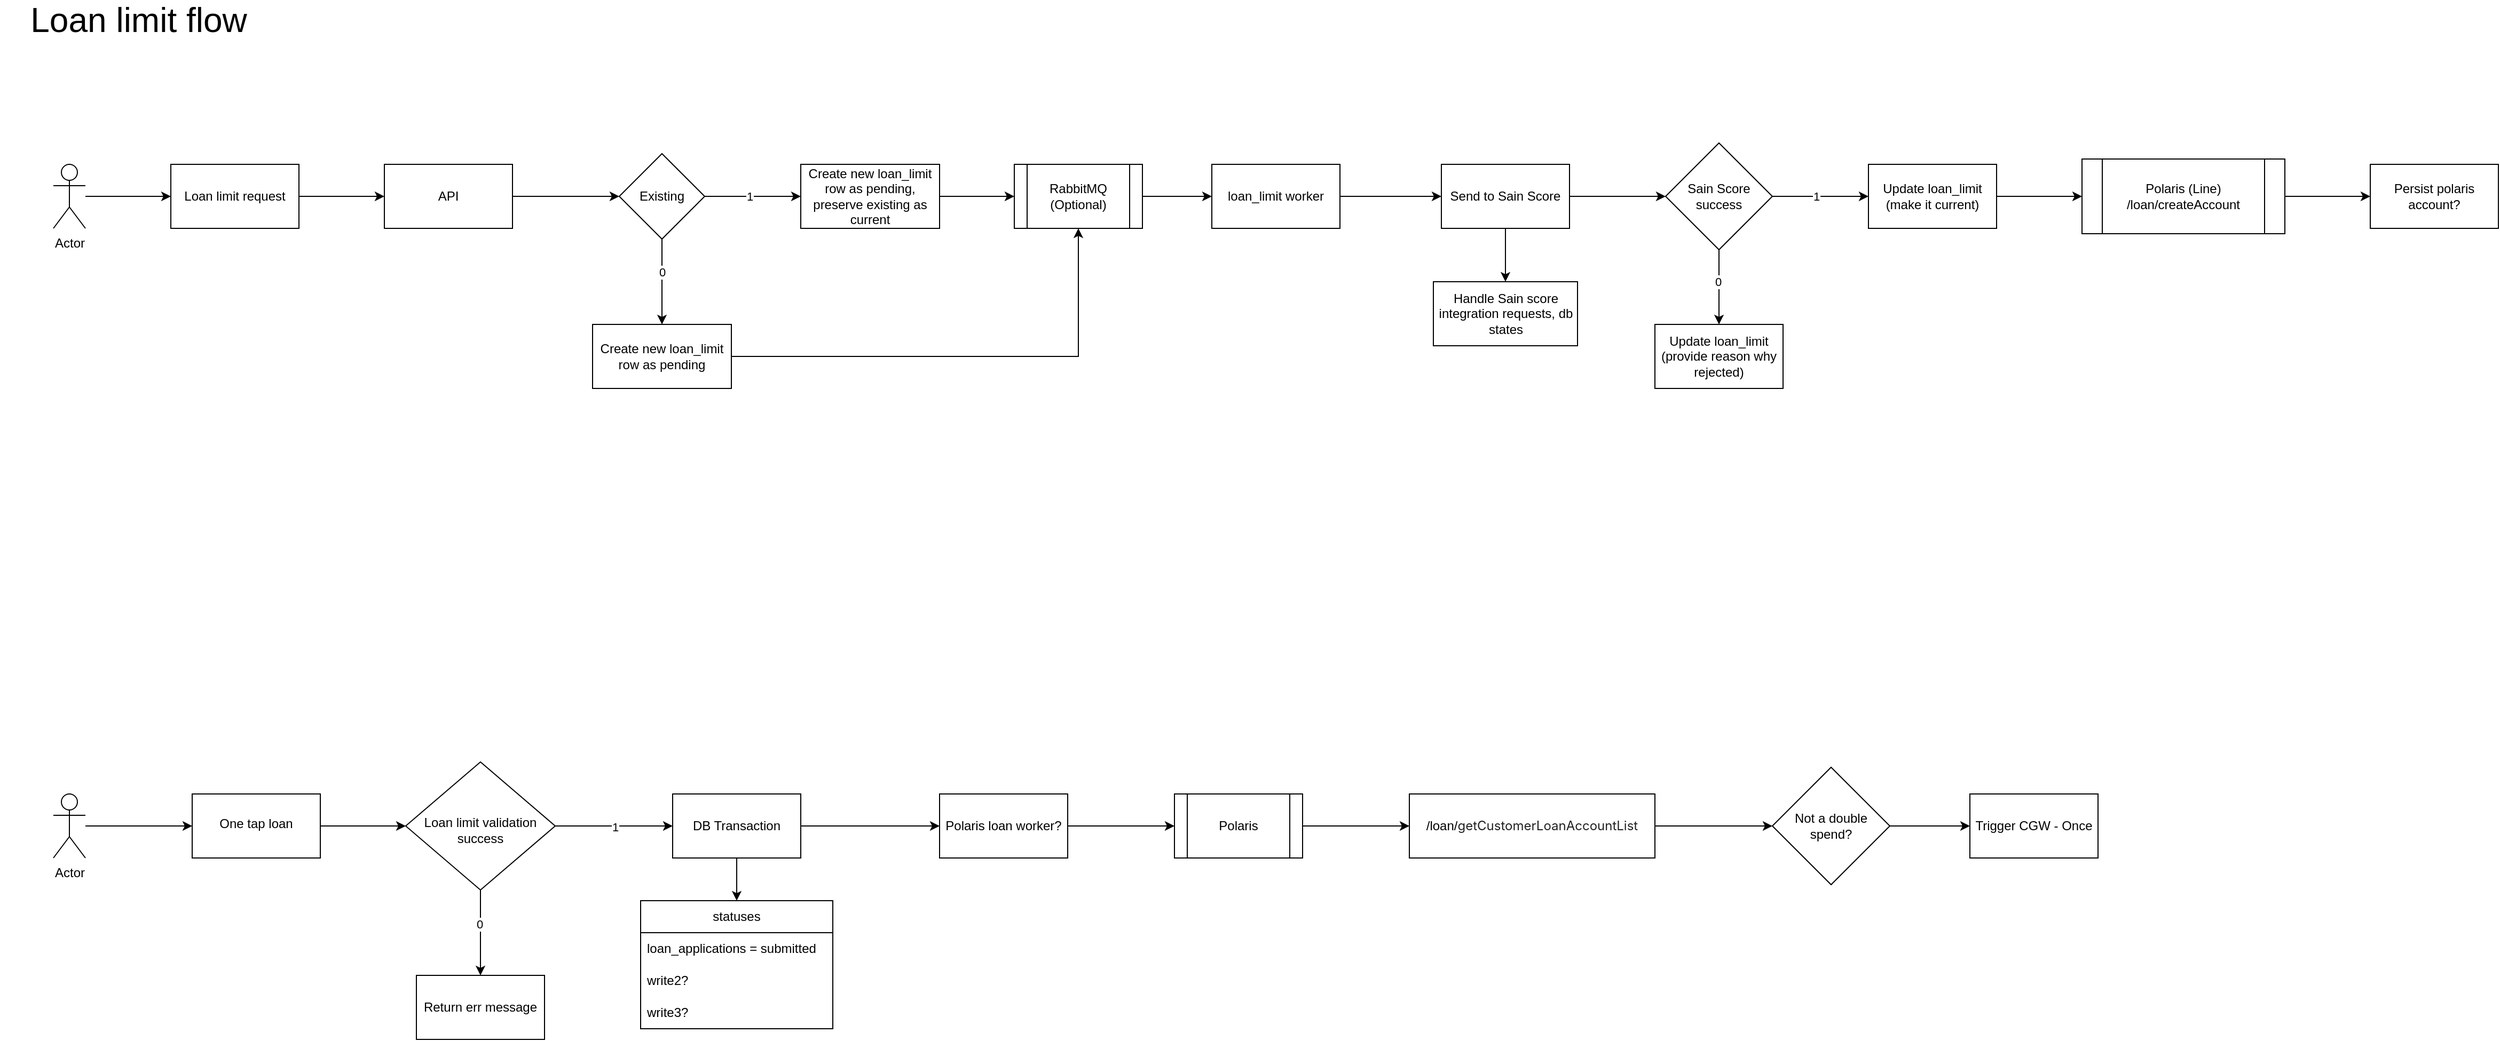
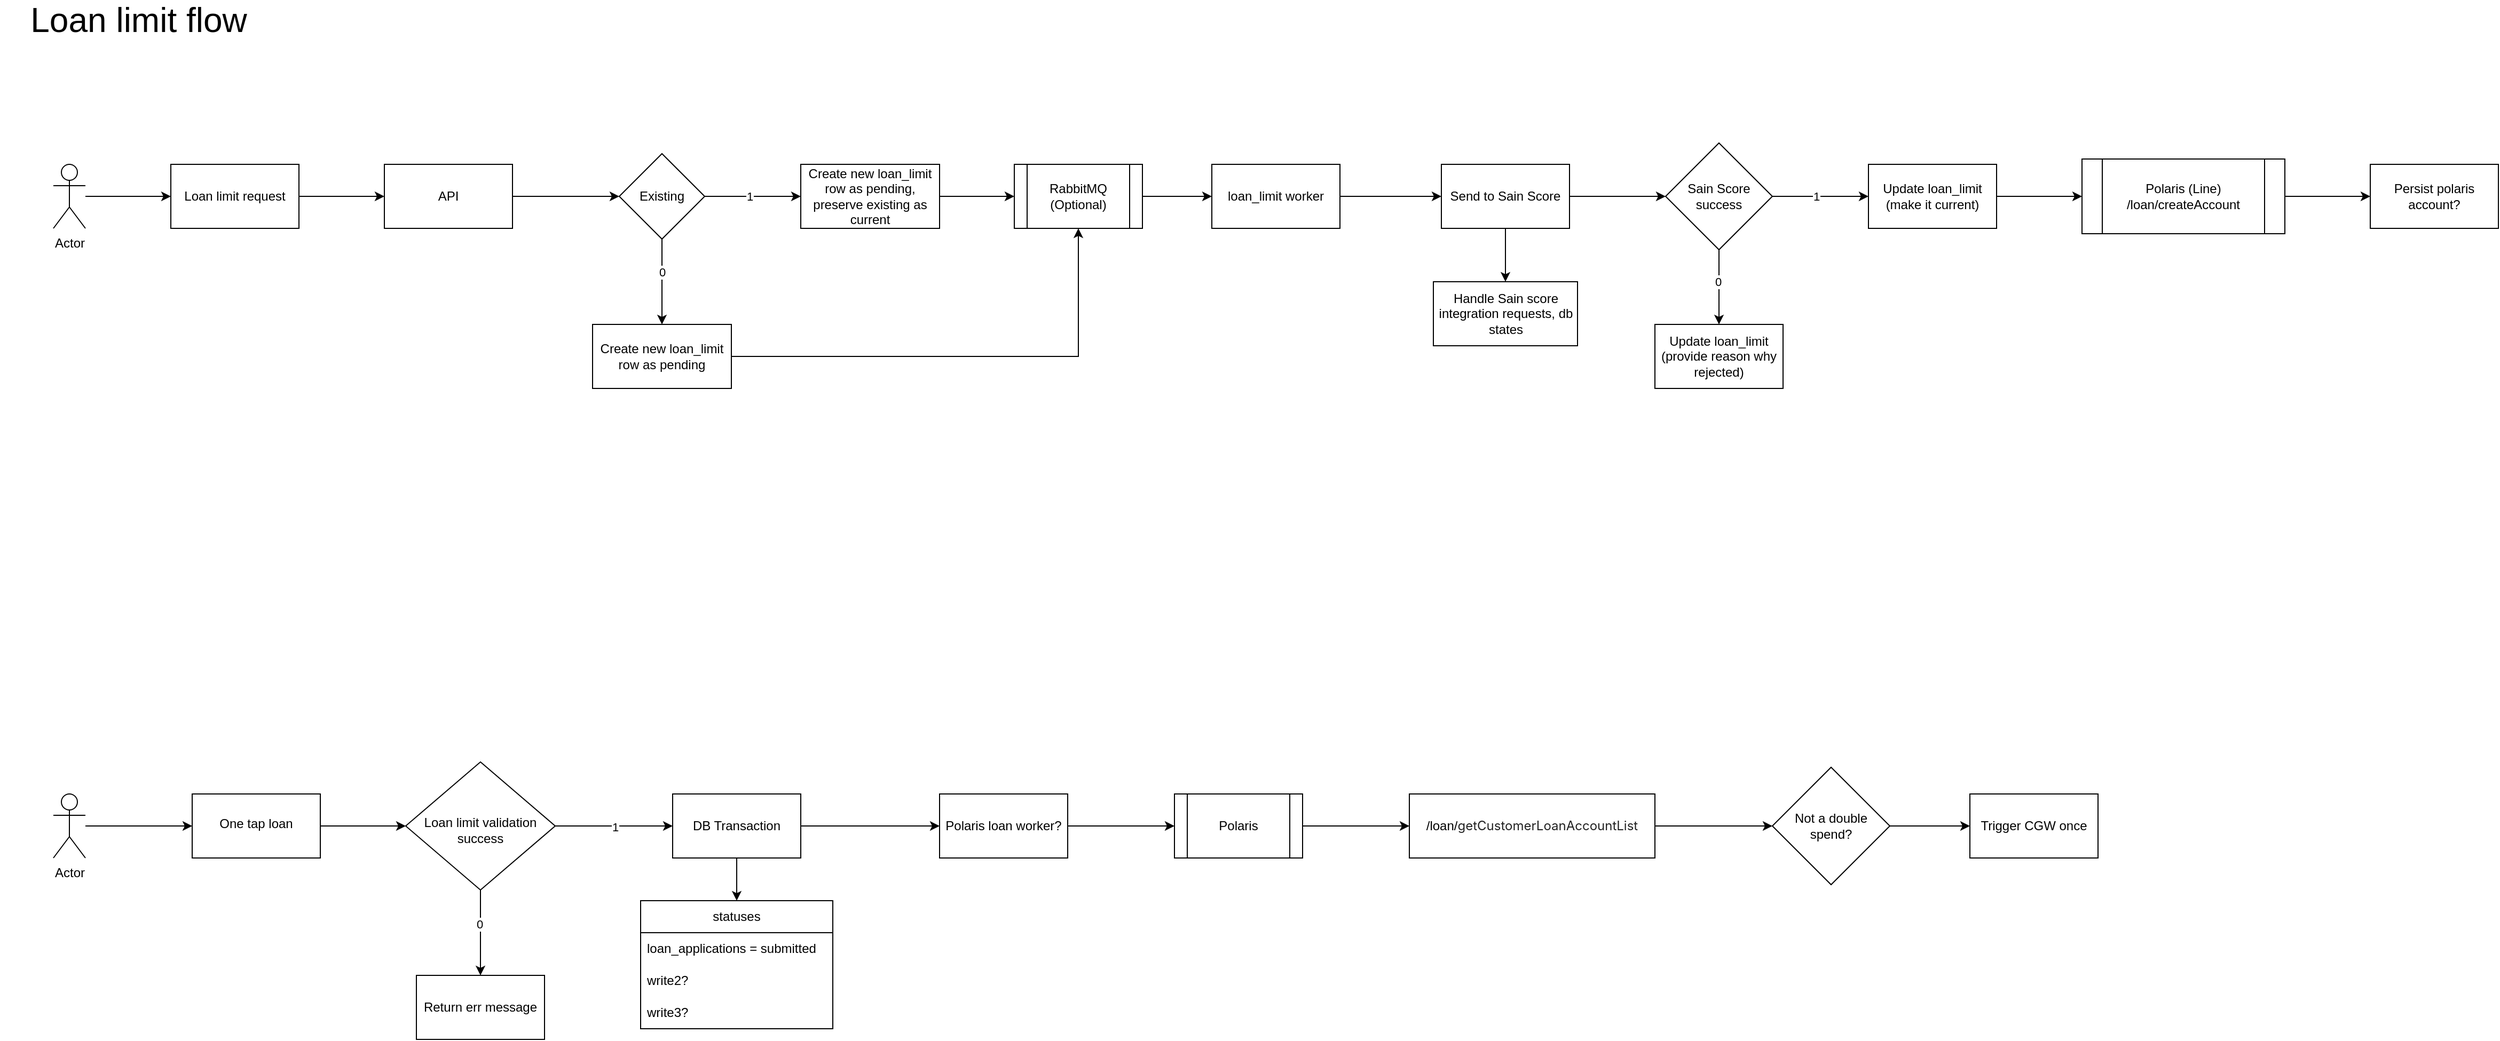
<mxfile host="app.diagrams.net">
  <diagram name="Page-1" id="VCBSuIh8bz7kurrQ0Zaz">
-     <mxGraphModel dx="1880" dy="602" grid="1" gridSize="10" guides="1" tooltips="1" connect="1" arrows="1" fold="1" page="1" pageScale="1" pageWidth="850" pageHeight="1100" math="0" shadow="0">
+     <mxGraphModel dx="3285" dy="1424" grid="1" gridSize="10" guides="1" tooltips="1" connect="1" arrows="1" fold="1" page="1" pageScale="1" pageWidth="850" pageHeight="1100" math="0" shadow="0">
      <root>
        <mxCell id="0" />
        <mxCell id="1" parent="0" />
        <mxCell id="KqixbsF9o6dLofBvsG9t-5" edge="1" parent="1" source="KqixbsF9o6dLofBvsG9t-1" style="edgeStyle=orthogonalEdgeStyle;rounded=0;orthogonalLoop=1;jettySize=auto;html=1;" target="KqixbsF9o6dLofBvsG9t-4" value="">
          <mxGeometry relative="1" as="geometry" />
        </mxCell>
        <mxCell id="KqixbsF9o6dLofBvsG9t-1" parent="1" style="rounded=0;whiteSpace=wrap;html=1;" value="Loan limit request" vertex="1">
          <mxGeometry height="60" width="120" x="150" y="210" as="geometry" />
        </mxCell>
        <mxCell id="KqixbsF9o6dLofBvsG9t-3" edge="1" parent="1" source="KqixbsF9o6dLofBvsG9t-2" style="edgeStyle=orthogonalEdgeStyle;rounded=0;orthogonalLoop=1;jettySize=auto;html=1;" target="KqixbsF9o6dLofBvsG9t-1" value="">
          <mxGeometry relative="1" as="geometry" />
        </mxCell>
        <mxCell id="KqixbsF9o6dLofBvsG9t-2" parent="1" style="shape=umlActor;verticalLabelPosition=bottom;verticalAlign=top;html=1;outlineConnect=0;" value="Actor" vertex="1">
          <mxGeometry height="60" width="30" x="40" y="210" as="geometry" />
        </mxCell>
        <mxCell id="KqixbsF9o6dLofBvsG9t-9" edge="1" parent="1" source="KqixbsF9o6dLofBvsG9t-4" style="edgeStyle=orthogonalEdgeStyle;rounded=0;orthogonalLoop=1;jettySize=auto;html=1;" target="KqixbsF9o6dLofBvsG9t-8" value="">
          <mxGeometry relative="1" as="geometry" />
        </mxCell>
        <mxCell id="KqixbsF9o6dLofBvsG9t-4" parent="1" style="rounded=0;whiteSpace=wrap;html=1;" value="API" vertex="1">
          <mxGeometry height="60" width="120" x="350" y="210" as="geometry" />
        </mxCell>
        <mxCell id="KqixbsF9o6dLofBvsG9t-11" edge="1" parent="1" source="KqixbsF9o6dLofBvsG9t-8" style="edgeStyle=orthogonalEdgeStyle;rounded=0;orthogonalLoop=1;jettySize=auto;html=1;" target="KqixbsF9o6dLofBvsG9t-10" value="">
          <mxGeometry relative="1" as="geometry" />
        </mxCell>
        <mxCell id="KqixbsF9o6dLofBvsG9t-12" connectable="0" parent="KqixbsF9o6dLofBvsG9t-11" style="edgeLabel;html=1;align=center;verticalAlign=middle;resizable=0;points=[];" value="1" vertex="1">
          <mxGeometry relative="1" x="-0.079" as="geometry">
            <mxPoint as="offset" />
          </mxGeometry>
        </mxCell>
        <mxCell id="KqixbsF9o6dLofBvsG9t-14" edge="1" parent="1" source="KqixbsF9o6dLofBvsG9t-8" style="edgeStyle=orthogonalEdgeStyle;rounded=0;orthogonalLoop=1;jettySize=auto;html=1;" target="KqixbsF9o6dLofBvsG9t-13" value="">
          <mxGeometry relative="1" as="geometry" />
        </mxCell>
        <mxCell id="KqixbsF9o6dLofBvsG9t-15" connectable="0" parent="KqixbsF9o6dLofBvsG9t-14" style="edgeLabel;html=1;align=center;verticalAlign=middle;resizable=0;points=[];" value="0" vertex="1">
          <mxGeometry relative="1" x="-0.2407" as="geometry">
            <mxPoint as="offset" />
          </mxGeometry>
        </mxCell>
        <mxCell id="KqixbsF9o6dLofBvsG9t-8" parent="1" style="rhombus;whiteSpace=wrap;html=1;rounded=0;" value="Existing" vertex="1">
          <mxGeometry height="80" width="80" x="570" y="200" as="geometry" />
        </mxCell>
        <mxCell id="KqixbsF9o6dLofBvsG9t-23" edge="1" parent="1" source="KqixbsF9o6dLofBvsG9t-10" style="edgeStyle=orthogonalEdgeStyle;rounded=0;orthogonalLoop=1;jettySize=auto;html=1;" target="KqixbsF9o6dLofBvsG9t-22" value="">
          <mxGeometry relative="1" as="geometry" />
        </mxCell>
        <mxCell id="KqixbsF9o6dLofBvsG9t-10" parent="1" style="whiteSpace=wrap;html=1;rounded=0;" value="Create new loan_limit row as pending, preserve existing as current" vertex="1">
          <mxGeometry height="60" width="130" x="740" y="210" as="geometry" />
        </mxCell>
        <mxCell id="KqixbsF9o6dLofBvsG9t-26" edge="1" parent="1" source="KqixbsF9o6dLofBvsG9t-13" style="edgeStyle=orthogonalEdgeStyle;rounded=0;orthogonalLoop=1;jettySize=auto;html=1;entryX=0.5;entryY=1;entryDx=0;entryDy=0;" target="KqixbsF9o6dLofBvsG9t-22">
          <mxGeometry relative="1" as="geometry" />
        </mxCell>
        <mxCell id="KqixbsF9o6dLofBvsG9t-13" parent="1" style="whiteSpace=wrap;html=1;rounded=0;" value="Create new loan_limit row as pending" vertex="1">
          <mxGeometry height="60" width="130" x="545" y="360" as="geometry" />
        </mxCell>
        <mxCell id="KqixbsF9o6dLofBvsG9t-25" edge="1" parent="1" source="KqixbsF9o6dLofBvsG9t-22" style="edgeStyle=orthogonalEdgeStyle;rounded=0;orthogonalLoop=1;jettySize=auto;html=1;" target="KqixbsF9o6dLofBvsG9t-24" value="">
          <mxGeometry relative="1" as="geometry" />
        </mxCell>
        <mxCell id="KqixbsF9o6dLofBvsG9t-22" parent="1" style="shape=process;whiteSpace=wrap;html=1;backgroundOutline=1;rounded=0;" value="RabbitMQ (Optional)" vertex="1">
          <mxGeometry height="60" width="120" x="940" y="210" as="geometry" />
        </mxCell>
        <mxCell id="KqixbsF9o6dLofBvsG9t-28" edge="1" parent="1" source="KqixbsF9o6dLofBvsG9t-24" style="edgeStyle=orthogonalEdgeStyle;rounded=0;orthogonalLoop=1;jettySize=auto;html=1;" target="KqixbsF9o6dLofBvsG9t-27" value="">
          <mxGeometry relative="1" as="geometry" />
        </mxCell>
        <mxCell id="KqixbsF9o6dLofBvsG9t-24" parent="1" style="whiteSpace=wrap;html=1;rounded=0;" value="loan_limit worker" vertex="1">
          <mxGeometry height="60" width="120" x="1125" y="210" as="geometry" />
        </mxCell>
        <mxCell id="KqixbsF9o6dLofBvsG9t-30" edge="1" parent="1" source="KqixbsF9o6dLofBvsG9t-27" style="edgeStyle=orthogonalEdgeStyle;rounded=0;orthogonalLoop=1;jettySize=auto;html=1;" target="KqixbsF9o6dLofBvsG9t-29" value="">
          <mxGeometry relative="1" as="geometry" />
        </mxCell>
        <mxCell id="KqixbsF9o6dLofBvsG9t-38" edge="1" parent="1" source="KqixbsF9o6dLofBvsG9t-27" style="edgeStyle=orthogonalEdgeStyle;rounded=0;orthogonalLoop=1;jettySize=auto;html=1;" target="KqixbsF9o6dLofBvsG9t-37" value="">
          <mxGeometry relative="1" as="geometry" />
        </mxCell>
        <mxCell id="KqixbsF9o6dLofBvsG9t-27" parent="1" style="whiteSpace=wrap;html=1;rounded=0;" value="Send to Sain Score" vertex="1">
          <mxGeometry height="60" width="120" x="1340" y="210" as="geometry" />
        </mxCell>
        <mxCell id="KqixbsF9o6dLofBvsG9t-32" edge="1" parent="1" source="KqixbsF9o6dLofBvsG9t-29" style="edgeStyle=orthogonalEdgeStyle;rounded=0;orthogonalLoop=1;jettySize=auto;html=1;" target="KqixbsF9o6dLofBvsG9t-31" value="">
          <mxGeometry relative="1" as="geometry" />
        </mxCell>
        <mxCell id="KqixbsF9o6dLofBvsG9t-33" connectable="0" parent="KqixbsF9o6dLofBvsG9t-32" style="edgeLabel;html=1;align=center;verticalAlign=middle;resizable=0;points=[];" value="1" vertex="1">
          <mxGeometry relative="1" x="-0.1048" as="geometry">
            <mxPoint as="offset" />
          </mxGeometry>
        </mxCell>
        <mxCell id="KqixbsF9o6dLofBvsG9t-35" edge="1" parent="1" source="KqixbsF9o6dLofBvsG9t-29" style="edgeStyle=orthogonalEdgeStyle;rounded=0;orthogonalLoop=1;jettySize=auto;html=1;" target="KqixbsF9o6dLofBvsG9t-34" value="">
          <mxGeometry relative="1" as="geometry" />
        </mxCell>
        <mxCell id="KqixbsF9o6dLofBvsG9t-36" connectable="0" parent="KqixbsF9o6dLofBvsG9t-35" style="edgeLabel;html=1;align=center;verticalAlign=middle;resizable=0;points=[];" value="0" vertex="1">
          <mxGeometry relative="1" x="-0.1429" y="-1" as="geometry">
            <mxPoint as="offset" />
          </mxGeometry>
        </mxCell>
        <mxCell id="KqixbsF9o6dLofBvsG9t-29" parent="1" style="rhombus;whiteSpace=wrap;html=1;rounded=0;" value="Sain Score success" vertex="1">
          <mxGeometry height="100" width="100" x="1550" y="190" as="geometry" />
        </mxCell>
        <mxCell id="KqixbsF9o6dLofBvsG9t-66" edge="1" parent="1" source="KqixbsF9o6dLofBvsG9t-31" style="edgeStyle=orthogonalEdgeStyle;rounded=0;orthogonalLoop=1;jettySize=auto;html=1;" target="KqixbsF9o6dLofBvsG9t-65" value="">
          <mxGeometry relative="1" as="geometry" />
        </mxCell>
        <mxCell id="KqixbsF9o6dLofBvsG9t-31" parent="1" style="whiteSpace=wrap;html=1;rounded=0;" value="Update loan_limit (make it current)" vertex="1">
          <mxGeometry height="60" width="120" x="1740" y="210" as="geometry" />
        </mxCell>
        <mxCell id="KqixbsF9o6dLofBvsG9t-34" parent="1" style="whiteSpace=wrap;html=1;rounded=0;" value="Update loan_limit&lt;br&gt;(provide reason why rejected)" vertex="1">
          <mxGeometry height="60" width="120" x="1540" y="360" as="geometry" />
        </mxCell>
        <mxCell id="KqixbsF9o6dLofBvsG9t-37" parent="1" style="whiteSpace=wrap;html=1;rounded=0;" value="Handle Sain score integration requests, db states" vertex="1">
          <mxGeometry height="60" width="135" x="1332.5" y="320" as="geometry" />
        </mxCell>
        <mxCell id="KqixbsF9o6dLofBvsG9t-43" edge="1" parent="1" source="KqixbsF9o6dLofBvsG9t-39" style="edgeStyle=orthogonalEdgeStyle;rounded=0;orthogonalLoop=1;jettySize=auto;html=1;" target="KqixbsF9o6dLofBvsG9t-42" value="">
          <mxGeometry relative="1" as="geometry" />
        </mxCell>
        <mxCell id="KqixbsF9o6dLofBvsG9t-39" parent="1" style="shape=umlActor;verticalLabelPosition=bottom;verticalAlign=top;html=1;outlineConnect=0;" value="Actor" vertex="1">
          <mxGeometry height="60" width="30" x="40" y="800" as="geometry" />
        </mxCell>
        <mxCell id="KqixbsF9o6dLofBvsG9t-40" parent="1" style="text;html=1;whiteSpace=wrap;strokeColor=none;fillColor=none;align=center;verticalAlign=middle;rounded=0;fontSize=32;" value="Loan limit flow" vertex="1">
          <mxGeometry height="30" width="260" x="-10" y="60" as="geometry" />
        </mxCell>
        <mxCell id="KqixbsF9o6dLofBvsG9t-45" edge="1" parent="1" source="KqixbsF9o6dLofBvsG9t-42" style="edgeStyle=orthogonalEdgeStyle;rounded=0;orthogonalLoop=1;jettySize=auto;html=1;" target="KqixbsF9o6dLofBvsG9t-44" value="">
          <mxGeometry relative="1" as="geometry" />
        </mxCell>
        <mxCell id="KqixbsF9o6dLofBvsG9t-42" parent="1" style="whiteSpace=wrap;html=1;verticalAlign=top;" value="&lt;div&gt;&lt;br&gt;&lt;/div&gt;&lt;div&gt;One tap loan&lt;/div&gt;" vertex="1">
          <mxGeometry height="60" width="120" x="170" y="800" as="geometry" />
        </mxCell>
        <mxCell id="KqixbsF9o6dLofBvsG9t-47" edge="1" parent="1" source="KqixbsF9o6dLofBvsG9t-44" style="edgeStyle=orthogonalEdgeStyle;rounded=0;orthogonalLoop=1;jettySize=auto;html=1;" target="KqixbsF9o6dLofBvsG9t-46" value="">
          <mxGeometry relative="1" as="geometry" />
        </mxCell>
        <mxCell id="KqixbsF9o6dLofBvsG9t-50" connectable="0" parent="KqixbsF9o6dLofBvsG9t-47" style="edgeLabel;html=1;align=center;verticalAlign=middle;resizable=0;points=[];" value="1" vertex="1">
          <mxGeometry relative="1" x="0.0162" y="-1" as="geometry">
            <mxPoint as="offset" />
          </mxGeometry>
        </mxCell>
        <mxCell id="KqixbsF9o6dLofBvsG9t-49" edge="1" parent="1" source="KqixbsF9o6dLofBvsG9t-44" style="edgeStyle=orthogonalEdgeStyle;rounded=0;orthogonalLoop=1;jettySize=auto;html=1;" target="KqixbsF9o6dLofBvsG9t-48" value="">
          <mxGeometry relative="1" as="geometry" />
        </mxCell>
        <mxCell id="KqixbsF9o6dLofBvsG9t-51" connectable="0" parent="KqixbsF9o6dLofBvsG9t-49" style="edgeLabel;html=1;align=center;verticalAlign=middle;resizable=0;points=[];" value="0" vertex="1">
          <mxGeometry relative="1" x="-0.2091" y="-1" as="geometry">
            <mxPoint as="offset" />
          </mxGeometry>
        </mxCell>
        <mxCell id="KqixbsF9o6dLofBvsG9t-44" parent="1" style="rhombus;whiteSpace=wrap;html=1;verticalAlign=top;" value="&lt;br&gt;&lt;br&gt;&lt;div&gt;&lt;br&gt;&lt;/div&gt;&lt;div&gt;Loan limit validation&lt;br&gt;success&lt;/div&gt;" vertex="1">
          <mxGeometry height="120" width="140" x="370" y="770" as="geometry" />
        </mxCell>
        <mxCell id="KqixbsF9o6dLofBvsG9t-60" edge="1" parent="1" source="KqixbsF9o6dLofBvsG9t-46" style="edgeStyle=orthogonalEdgeStyle;rounded=0;orthogonalLoop=1;jettySize=auto;html=1;entryX=0.5;entryY=0;entryDx=0;entryDy=0;" target="KqixbsF9o6dLofBvsG9t-54">
          <mxGeometry relative="1" as="geometry" />
        </mxCell>
        <mxCell id="KqixbsF9o6dLofBvsG9t-76" edge="1" parent="1" source="KqixbsF9o6dLofBvsG9t-46" style="edgeStyle=orthogonalEdgeStyle;rounded=0;orthogonalLoop=1;jettySize=auto;html=1;" target="KqixbsF9o6dLofBvsG9t-75" value="">
          <mxGeometry relative="1" as="geometry" />
        </mxCell>
        <mxCell id="KqixbsF9o6dLofBvsG9t-46" parent="1" style="whiteSpace=wrap;html=1;verticalAlign=middle;" value="DB Transaction" vertex="1">
          <mxGeometry height="60" width="120" x="620" y="800" as="geometry" />
        </mxCell>
        <mxCell id="KqixbsF9o6dLofBvsG9t-48" parent="1" style="whiteSpace=wrap;html=1;verticalAlign=middle;" value="Return err message" vertex="1">
          <mxGeometry height="60" width="120" x="380" y="970" as="geometry" />
        </mxCell>
        <mxCell id="KqixbsF9o6dLofBvsG9t-54" parent="1" style="swimlane;fontStyle=0;childLayout=stackLayout;horizontal=1;startSize=30;horizontalStack=0;resizeParent=1;resizeParentMax=0;resizeLast=0;collapsible=1;marginBottom=0;whiteSpace=wrap;html=1;" value="statuses" vertex="1">
          <mxGeometry height="120" width="180" x="590" y="900" as="geometry" />
        </mxCell>
        <mxCell id="KqixbsF9o6dLofBvsG9t-55" parent="KqixbsF9o6dLofBvsG9t-54" style="text;strokeColor=none;fillColor=none;align=left;verticalAlign=middle;spacingLeft=4;spacingRight=4;overflow=hidden;points=[[0,0.5],[1,0.5]];portConstraint=eastwest;rotatable=0;whiteSpace=wrap;html=1;" value="loan_applications = submitted" vertex="1">
          <mxGeometry height="30" width="180" y="30" as="geometry" />
        </mxCell>
        <mxCell id="KqixbsF9o6dLofBvsG9t-56" parent="KqixbsF9o6dLofBvsG9t-54" style="text;strokeColor=none;fillColor=none;align=left;verticalAlign=middle;spacingLeft=4;spacingRight=4;overflow=hidden;points=[[0,0.5],[1,0.5]];portConstraint=eastwest;rotatable=0;whiteSpace=wrap;html=1;" value="write2?" vertex="1">
          <mxGeometry height="30" width="180" y="60" as="geometry" />
        </mxCell>
        <mxCell id="KqixbsF9o6dLofBvsG9t-57" parent="KqixbsF9o6dLofBvsG9t-54" style="text;strokeColor=none;fillColor=none;align=left;verticalAlign=middle;spacingLeft=4;spacingRight=4;overflow=hidden;points=[[0,0.5],[1,0.5]];portConstraint=eastwest;rotatable=0;whiteSpace=wrap;html=1;" value="write3?" vertex="1">
          <mxGeometry height="30" width="180" y="90" as="geometry" />
        </mxCell>
        <mxCell id="KqixbsF9o6dLofBvsG9t-74" edge="1" parent="1" source="KqixbsF9o6dLofBvsG9t-65" style="edgeStyle=orthogonalEdgeStyle;rounded=0;orthogonalLoop=1;jettySize=auto;html=1;" target="KqixbsF9o6dLofBvsG9t-73" value="">
          <mxGeometry relative="1" as="geometry" />
        </mxCell>
        <mxCell id="KqixbsF9o6dLofBvsG9t-65" parent="1" style="shape=process;whiteSpace=wrap;html=1;backgroundOutline=1;rounded=0;" value="Polaris (Line)&lt;br&gt;/loan/createAccount" vertex="1">
          <mxGeometry height="70" width="190" x="1940" y="205" as="geometry" />
        </mxCell>
        <mxCell id="KqixbsF9o6dLofBvsG9t-72" edge="1" parent="1" source="KqixbsF9o6dLofBvsG9t-69" style="edgeStyle=orthogonalEdgeStyle;rounded=0;orthogonalLoop=1;jettySize=auto;html=1;" target="KqixbsF9o6dLofBvsG9t-71" value="">
          <mxGeometry relative="1" as="geometry" />
        </mxCell>
        <mxCell id="KqixbsF9o6dLofBvsG9t-69" parent="1" style="shape=process;whiteSpace=wrap;html=1;backgroundOutline=1;" value="Polaris" vertex="1">
          <mxGeometry height="60" width="120" x="1090" y="800" as="geometry" />
        </mxCell>
        <mxCell id="KqixbsF9o6dLofBvsG9t-81" edge="1" parent="1" source="KqixbsF9o6dLofBvsG9t-71" style="edgeStyle=orthogonalEdgeStyle;rounded=0;orthogonalLoop=1;jettySize=auto;html=1;" target="KqixbsF9o6dLofBvsG9t-80" value="">
          <mxGeometry relative="1" as="geometry" />
        </mxCell>
        <mxCell id="KqixbsF9o6dLofBvsG9t-71" parent="1" style="whiteSpace=wrap;html=1;" value="/loan/&lt;span style=&quot;color: rgb(33, 33, 33); font-family: Inter, system-ui, -apple-system, &amp;quot;system-ui&amp;quot;, &amp;quot;Segoe UI&amp;quot;, Roboto, Oxygen, Ubuntu, Cantarell, &amp;quot;Fira Sans&amp;quot;, &amp;quot;Droid Sans&amp;quot;, Helvetica, Arial, sans-serif; text-align: left; white-space: pre-wrap; background-color: rgb(255, 255, 255);&quot;&gt;getCustomerLoanAccountList&lt;/span&gt;" vertex="1">
          <mxGeometry height="60" width="230" x="1310" y="800" as="geometry" />
        </mxCell>
        <mxCell id="KqixbsF9o6dLofBvsG9t-73" parent="1" style="whiteSpace=wrap;html=1;rounded=0;" value="Persist polaris account?" vertex="1">
          <mxGeometry height="60" width="120" x="2210" y="210" as="geometry" />
        </mxCell>
        <mxCell id="KqixbsF9o6dLofBvsG9t-77" edge="1" parent="1" source="KqixbsF9o6dLofBvsG9t-75" style="edgeStyle=orthogonalEdgeStyle;rounded=0;orthogonalLoop=1;jettySize=auto;html=1;entryX=0;entryY=0.5;entryDx=0;entryDy=0;" target="KqixbsF9o6dLofBvsG9t-69">
          <mxGeometry relative="1" as="geometry" />
        </mxCell>
        <mxCell id="KqixbsF9o6dLofBvsG9t-75" parent="1" style="whiteSpace=wrap;html=1;" value="Polaris loan worker?" vertex="1">
          <mxGeometry height="60" width="120" x="870" y="800" as="geometry" />
        </mxCell>
        <mxCell id="KqixbsF9o6dLofBvsG9t-83" edge="1" parent="1" source="KqixbsF9o6dLofBvsG9t-80" style="edgeStyle=orthogonalEdgeStyle;rounded=0;orthogonalLoop=1;jettySize=auto;html=1;" target="KqixbsF9o6dLofBvsG9t-82" value="">
          <mxGeometry relative="1" as="geometry" />
        </mxCell>
        <mxCell id="KqixbsF9o6dLofBvsG9t-80" parent="1" style="rhombus;whiteSpace=wrap;html=1;" value="Not a double spend?" vertex="1">
          <mxGeometry height="110" width="110" x="1650" y="775" as="geometry" />
        </mxCell>
-         <mxCell id="KqixbsF9o6dLofBvsG9t-82" parent="1" style="whiteSpace=wrap;html=1;" value="Trigger CGW - Once" vertex="1">
+         <mxCell id="KqixbsF9o6dLofBvsG9t-82" parent="1" style="whiteSpace=wrap;html=1;" value="Trigger CGW once" vertex="1">
          <mxGeometry height="60" width="120" x="1835" y="800" as="geometry" />
        </mxCell>
      </root>
    </mxGraphModel>
  </diagram>
</mxfile>
